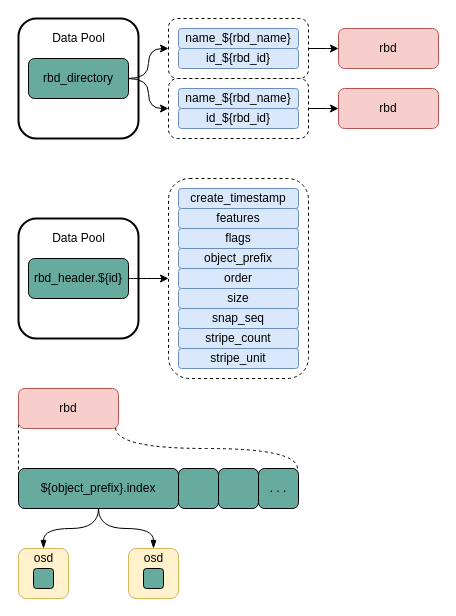
EarthWind/deeparch keeps this draw.io diagram as page "rbd" (1 of 2) of ceph/ceph-rbd.drawio. Above is the earlier version. Source tidied: cells renumbered, new cells numbered last; positions are measured from the earlier drawing's top-left corner, leaving out a move shared by most shapes. Both pictures are drawn from the tidied source at 100%, with x=0, y=0 at pixel (18, 18).
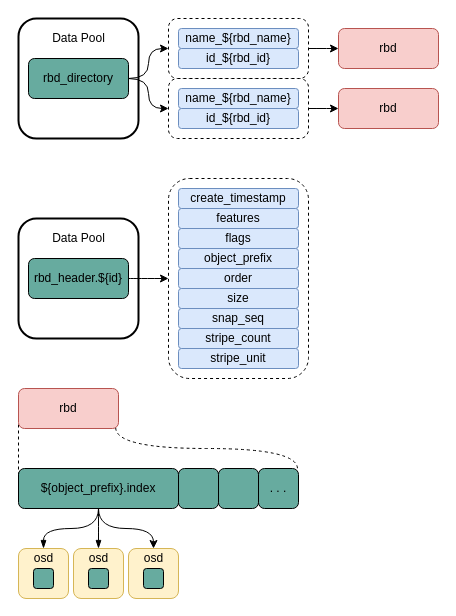
Above is the later version.

The change refers to these unchanged cells:
```xml
<mxCell id="36" value="${object_prefix}.index" style="rounded=1;whiteSpace=wrap;html=1;fillWeight=1;hachureGap=4;fillColor=#67AB9F;strokeColor=#000000;" parent="1" vertex="1">
  <mxGeometry y="450" width="160" height="40" as="geometry" />
</mxCell>
```

Diff of the diagram source:
```diff
@@
+    <mxCell id="46" style="edgeStyle=orthogonalEdgeStyle;rounded=0;jettySize=auto;html=1;curved=1;" parent="1" edge="1" source="36" target="48">
+      <mxGeometry relative="1" as="geometry" />
+    </mxCell>
@@
     <mxCell id="42" style="rounded=1;whiteSpace=wrap;html=1;fillWeight=1;hachureGap=4;fillColor=#fff2cc;strokeColor=#d6b656;" parent="1" vertex="1">
-      <mxGeometry x="110" y="530" width="50" height="50" as="geometry" />
+      <mxGeometry x="55" y="530" width="50" height="50" as="geometry" />
     </mxCell>
@@
     <mxCell id="44" value="osd" style="text;html=1;align=center;verticalAlign=middle;strokeColor=none;fillColor=none;" parent="1" vertex="1">
-      <mxGeometry x="120" y="530" width="30" height="20" as="geometry" />
+      <mxGeometry x="65" y="530" width="30" height="20" as="geometry" />
     </mxCell>
     <mxCell id="45" style="rounded=1;whiteSpace=wrap;html=1;fillWeight=1;hachureGap=4;fillColor=#67AB9F;strokeColor=#000000;" parent="1" vertex="1">
-      <mxGeometry x="125" y="550" width="20" height="20" as="geometry" />
+      <mxGeometry x="70" y="550" width="20" height="20" as="geometry" />
     </mxCell>
+    <mxCell id="47" style="rounded=1;whiteSpace=wrap;html=1;fillWeight=1;hachureGap=4;fillColor=#fff2cc;strokeColor=#d6b656;" parent="1" vertex="1">
+      <mxGeometry x="110" y="530" width="50" height="50" as="geometry" />
+    </mxCell>
+    <mxCell id="48" value="osd" style="text;html=1;align=center;verticalAlign=middle;points=[];strokeColor=none;fillColor=none;" parent="1" vertex="1">
+      <mxGeometry x="120" y="530" width="30" height="20" as="geometry" />
+    </mxCell>
+    <mxCell id="49" style="rounded=1;whiteSpace=wrap;html=1;fillWeight=1;hachureGap=4;fillColor=#67AB9F;strokeColor=#000000;" parent="1" vertex="1">
+      <mxGeometry x="125" y="550" width="20" height="20" as="geometry" />
+    </mxCell>
```
